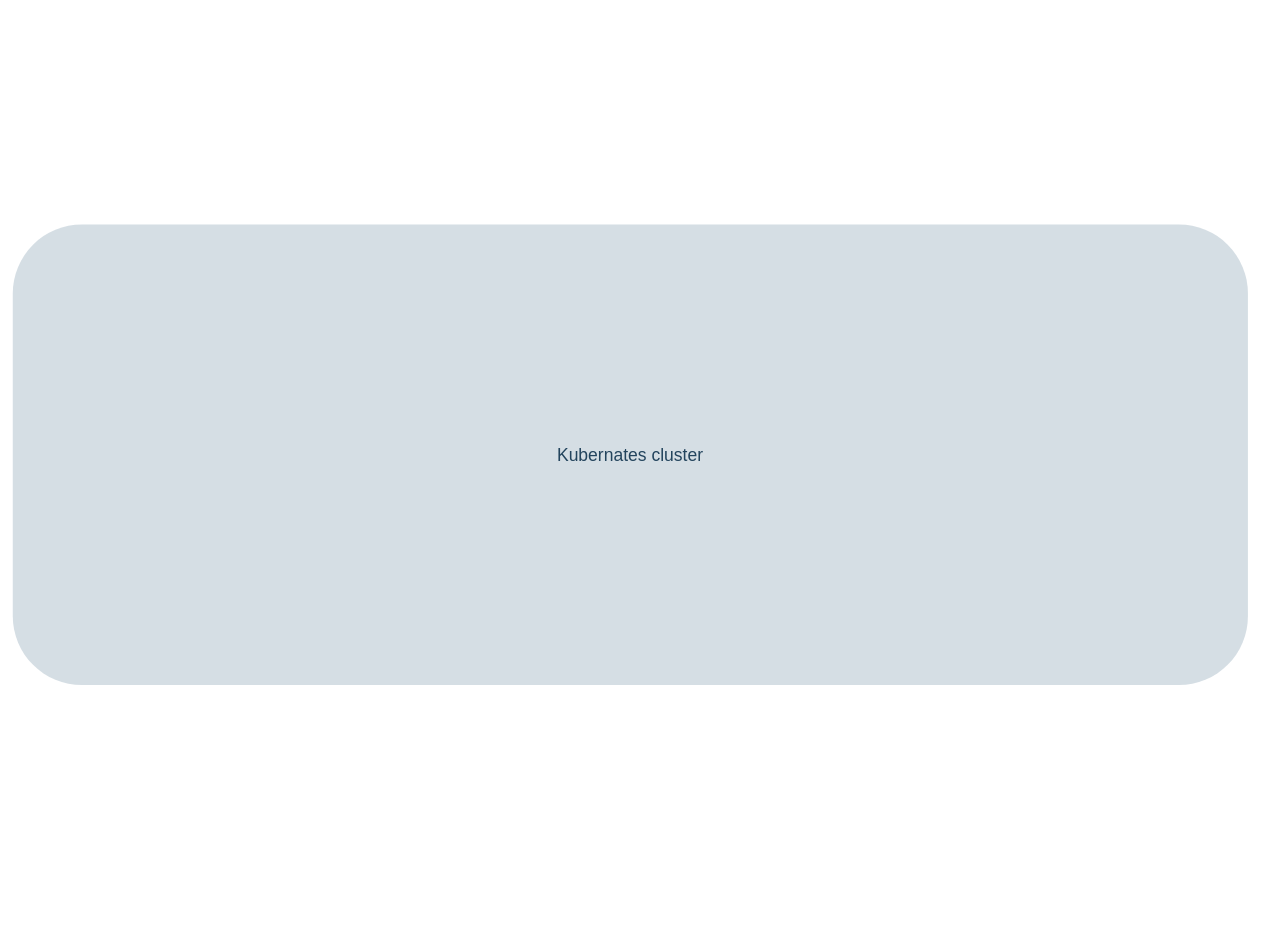
The draw.io diagram system_architecture.drawio in mrMikoma/DistributedSystems, before the edit. Source tidied: cells renumbered, new cells numbered last; positions are measured from the earlier drawing's top-left corner, leaving out a move shared by most shapes. Both pictures are drawn from the tidied source at 73%, with x=0, y=0 at pixel (12, 224).
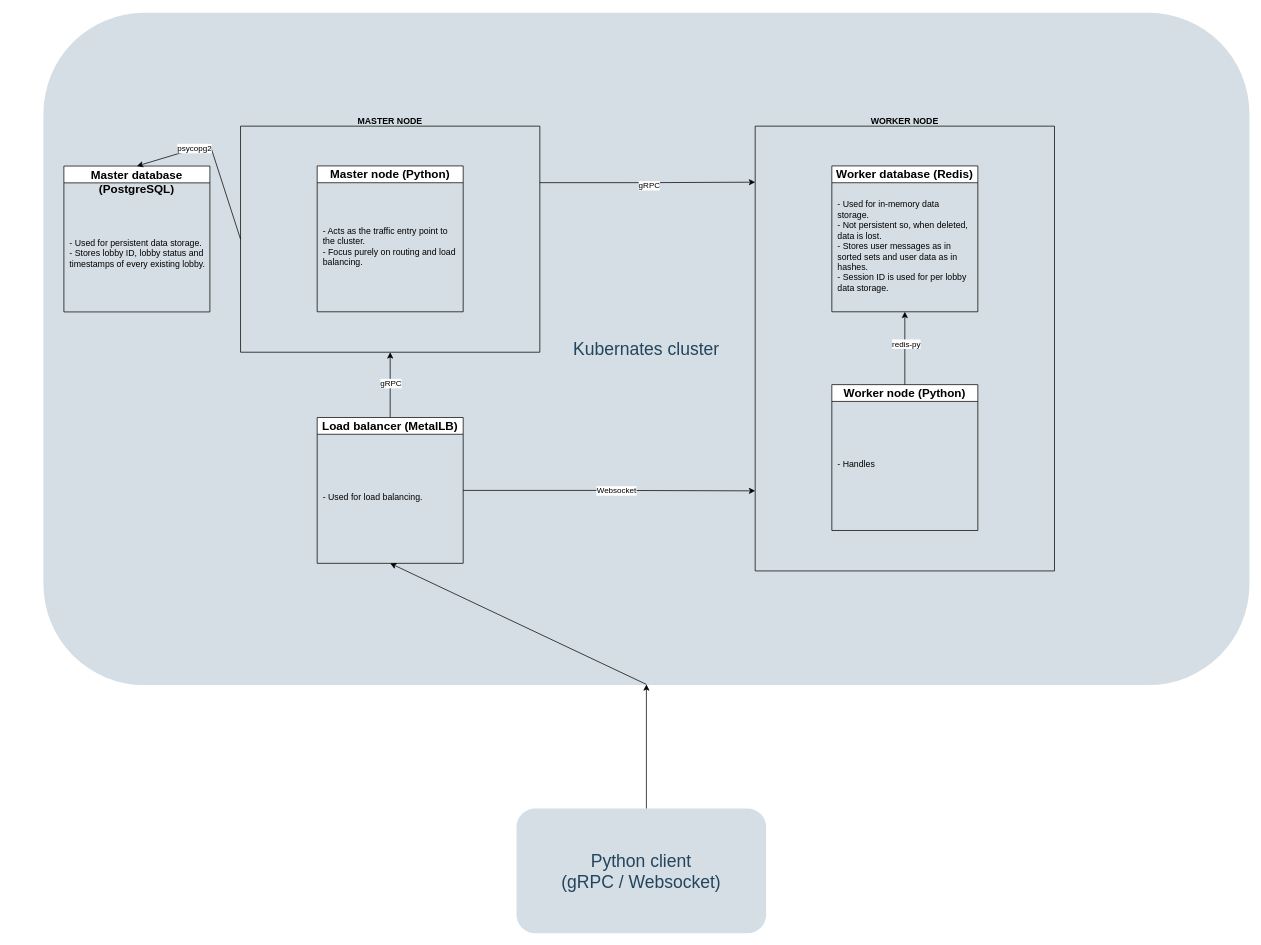
The same page after the edit.

Change to the diagram source:
```diff
@@
+    <mxCell id="3" style="group;" parent="1" vertex="1">
+      <mxGeometry x="42" y="-290" width="1652" height="920" as="geometry" />
+    </mxCell>
-    <mxCell id="2" value="Kubernates cluster" style="rounded=1;whiteSpace=wrap;html=1;strokeColor=none;fillColor=#BAC8D3;fontSize=24;fontColor=#23445D;align=center;opacity=60;" parent="1" vertex="1">
-      <mxGeometry width="1692" height="631" as="geometry" />
+    <mxCell id="2" value="Kubernates cluster" style="rounded=1;whiteSpace=wrap;html=1;strokeColor=none;fillColor=#BAC8D3;fontSize=24;fontColor=#23445D;align=center;opacity=60;" parent="3" vertex="1">
+      <mxGeometry width="1652" height="921" as="geometry" />
     </mxCell>
+    <mxCell id="4" style="group;" parent="3" vertex="1">
+      <mxGeometry x="1080" y="509.4" width="200" height="199.8" as="geometry" />
+    </mxCell>
+    <mxCell id="5" value="- Handles&amp;nbsp;" style="text;strokeColor=none;fillColor=none;align=left;verticalAlign=middle;spacingLeft=4;spacingRight=4;overflow=hidden;whiteSpace=wrap;html=1;" parent="4" vertex="1">
+      <mxGeometry x="2" y="20" width="196" height="179.8" as="geometry" />
+    </mxCell>
+    <mxCell id="6" value="&lt;font style=&quot;font-size: 16px;&quot;&gt;Worker node (Python)&lt;/font&gt;" style="swimlane;whiteSpace=wrap;html=1;" parent="4" vertex="1">
+      <mxGeometry width="200" height="199.8" as="geometry" />
+    </mxCell>
+    <mxCell id="7" style="group;" parent="3" vertex="1">
+      <mxGeometry x="1080" y="209.8" width="200" height="199.8" as="geometry" />
+    </mxCell>
+    <mxCell id="8" value="- Used for in-memory data storage.&lt;div&gt;- Not persistent so, when deleted, data is lost.&lt;/div&gt;&lt;div&gt;- Stores user messages as in sorted sets and user data as in hashes.&amp;nbsp;&lt;br&gt;- Session ID is used for per lobby data storage.&lt;/div&gt;" style="text;strokeColor=none;fillColor=none;align=left;verticalAlign=middle;spacingLeft=4;spacingRight=4;overflow=hidden;whiteSpace=wrap;html=1;" parent="7" vertex="1">
+      <mxGeometry x="2" y="20" width="196" height="179.8" as="geometry" />
+    </mxCell>
+    <mxCell id="9" value="&lt;span style=&quot;font-size: 16px;&quot;&gt;Worker database (Redis)&lt;/span&gt;" style="swimlane;whiteSpace=wrap;html=1;" parent="7" vertex="1">
+      <mxGeometry width="200" height="199.8" as="geometry" />
+    </mxCell>
+    <mxCell id="10" value="MASTER NODE&#10;" style="swimlane;startSize=0;" parent="3" vertex="1">
+      <mxGeometry x="270" y="155.3" width="410" height="309.7" as="geometry" />
+    </mxCell>
+    <mxCell id="11" value="WORKER NODE&#10;" style="swimlane;startSize=0;" parent="3" vertex="1">
+      <mxGeometry x="975" y="155.3" width="410" height="609.3" as="geometry" />
+    </mxCell>
+    <mxCell id="12" style="group;" parent="3" vertex="1">
+      <mxGeometry x="375" y="209.8" width="200" height="199.8" as="geometry" />
+    </mxCell>
+    <mxCell id="13" value="- Acts as the traffic entry point to the cluster.&lt;div&gt;- Focus purely on routing and load balancing.&lt;/div&gt;" style="text;strokeColor=none;fillColor=none;align=left;verticalAlign=middle;spacingLeft=4;spacingRight=4;overflow=hidden;whiteSpace=wrap;html=1;" parent="12" vertex="1">
+      <mxGeometry x="2" y="20" width="196" height="179.8" as="geometry" />
+    </mxCell>
+    <mxCell id="14" value="&lt;font style=&quot;font-size: 16px;&quot;&gt;Master node (Python)&lt;/font&gt;" style="swimlane;whiteSpace=wrap;html=1;" parent="12" vertex="1">
+      <mxGeometry width="200" height="199.8" as="geometry" />
+    </mxCell>
+    <mxCell id="15" style="edgeStyle=orthogonalEdgeStyle;rounded=0;jettySize=auto;html=1;exitX=0.5;exitY=0;exitDx=0;exitDy=0;entryX=0.5;entryY=1;entryDx=0;entryDy=0;" parent="3" edge="1" source="19" target="10">
+      <mxGeometry relative="1" as="geometry" />
+    </mxCell>
+    <mxCell id="16" value="gRPC" style="edgeLabel;html=1;align=center;verticalAlign=middle;" parent="15" vertex="1">
+      <mxGeometry x="0.06" relative="1" as="geometry" />
+    </mxCell>
+    <mxCell id="17" style="group;" parent="3" vertex="1">
+      <mxGeometry x="375" y="554.4" width="200" height="199.8" as="geometry" />
+    </mxCell>
+    <mxCell id="18" value="- Used for load balancing." style="text;strokeColor=none;fillColor=none;align=left;verticalAlign=middle;spacingLeft=4;spacingRight=4;overflow=hidden;whiteSpace=wrap;html=1;" parent="17" vertex="1">
+      <mxGeometry x="2" y="20" width="196" height="179.8" as="geometry" />
+    </mxCell>
+    <mxCell id="19" value="&lt;span style=&quot;font-size: 16px;&quot;&gt;Load balancer (MetalLB)&lt;/span&gt;" style="swimlane;whiteSpace=wrap;html=1;" parent="17" vertex="1">
+      <mxGeometry width="200" height="199.8" as="geometry" />
+    </mxCell>
+    <mxCell id="20" style="endArrow=classic;html=1;rounded=0;exitX=0.5;exitY=1;exitDx=0;exitDy=0;entryX=0.5;entryY=1;entryDx=0;entryDy=0;" parent="3" edge="1" source="3" target="19">
+      <mxGeometry relative="1" as="geometry" />
+    </mxCell>
+    <mxCell id="21" style="edgeStyle=orthogonalEdgeStyle;rounded=0;jettySize=auto;html=1;exitX=1;exitY=0.5;exitDx=0;exitDy=0;entryX=0;entryY=0.82;entryDx=0;entryDy=0;entryPerimeter=0;" parent="3" edge="1" source="19" target="11">
+      <mxGeometry relative="1" as="geometry" />
+    </mxCell>
+    <mxCell id="22" value="Websocket" style="edgeLabel;html=1;align=center;verticalAlign=middle;" parent="21" vertex="1">
+      <mxGeometry x="0.05" relative="1" as="geometry" />
+    </mxCell>
+    <mxCell id="23" style="edgeStyle=orthogonalEdgeStyle;rounded=0;jettySize=auto;html=1;exitX=1;exitY=0.25;exitDx=0;exitDy=0;entryX=0;entryY=0.126;entryDx=0;entryDy=0;entryPerimeter=0;" parent="3" edge="1" source="10" target="11">
+      <mxGeometry relative="1" as="geometry" />
+    </mxCell>
+    <mxCell id="24" value="gRPC" style="edgeLabel;html=1;align=center;verticalAlign=middle;" parent="23" vertex="1">
+      <mxGeometry y="-4" relative="1" as="geometry">
+        <mxPoint x="2" as="offset" />
+      </mxGeometry>
+    </mxCell>
+    <mxCell id="25" style="group;" parent="3" vertex="1">
+      <mxGeometry x="28" y="219.8" width="200" height="199.8" as="geometry" />
+    </mxCell>
+    <mxCell id="26" value="- Used for persistent data storage.&lt;div&gt;- Stores lobby ID, lobby status and timestamps of every existing lobby.&lt;/div&gt;" style="text;strokeColor=none;fillColor=none;align=left;verticalAlign=middle;spacingLeft=4;spacingRight=4;overflow=hidden;whiteSpace=wrap;html=1;" parent="25" vertex="1">
+      <mxGeometry x="2" y="20" width="196" height="179.8" as="geometry" />
+    </mxCell>
+    <mxCell id="27" value="&lt;div&gt;&lt;span style=&quot;font-size: 16px;&quot;&gt;&lt;br&gt;&lt;/span&gt;&lt;/div&gt;&lt;span style=&quot;font-size: 16px;&quot;&gt;Master database (PostgreSQL)&lt;/span&gt;" style="swimlane;whiteSpace=wrap;html=1;" parent="25" vertex="1">
+      <mxGeometry y="-9.8" width="200" height="199.8" as="geometry" />
+    </mxCell>
+    <mxCell id="28" style="endArrow=classic;html=1;rounded=0;exitX=0;exitY=0.5;exitDx=0;exitDy=0;entryX=0.5;entryY=0;entryDx=0;entryDy=0;" parent="3" edge="1" source="10" target="27">
+      <mxGeometry relative="1" as="geometry">
+        <Array as="points">
+          <mxPoint x="228" y="180" />
+        </Array>
+      </mxGeometry>
+    </mxCell>
+    <mxCell id="29" value="psycopg2" style="edgeLabel;html=1;align=center;verticalAlign=middle;" parent="28" vertex="1">
+      <mxGeometry x="0.32" y="-1" relative="1" as="geometry" />
+    </mxCell>
+    <mxCell id="30" style="endArrow=classic;html=1;rounded=0;exitX=0.5;exitY=0;exitDx=0;exitDy=0;entryX=0.5;entryY=1;entryDx=0;entryDy=0;" parent="3" edge="1" source="6" target="9">
+      <mxGeometry relative="1" as="geometry" />
+    </mxCell>
+    <mxCell id="31" value="redis-py" style="edgeLabel;html=1;align=center;verticalAlign=middle;" parent="30" vertex="1">
+      <mxGeometry x="0.12" y="-1" relative="1" as="geometry" />
+    </mxCell>
+    <mxCell id="32" value="Python client&lt;br&gt;(gRPC / Websocket)" style="rounded=1;whiteSpace=wrap;html=1;strokeColor=none;fillColor=#BAC8D3;fontSize=24;fontColor=#23445D;align=center;opacity=60;" parent="1" vertex="1">
+      <mxGeometry x="690" y="800" width="342" height="171" as="geometry" />
+    </mxCell>
+    <mxCell id="33" style="edgeStyle=orthogonalEdgeStyle;rounded=0;orthogonalLoop=1;jettySize=auto;html=1;exitX=0.5;exitY=1;exitDx=0;exitDy=0;" parent="1" edge="1" source="3" target="3">
+      <mxGeometry relative="1" as="geometry" />
+    </mxCell>
+    <mxCell id="34" style="edgeStyle=orthogonalEdgeStyle;rounded=0;orthogonalLoop=1;jettySize=auto;html=1;exitX=0.5;exitY=1;exitDx=0;exitDy=0;" parent="1" edge="1" source="3" target="3">
+      <mxGeometry relative="1" as="geometry" />
+    </mxCell>
+    <mxCell id="35" style="endArrow=classic;html=1;rounded=0;entryX=0.5;entryY=1;entryDx=0;entryDy=0;" parent="1" edge="1" target="3">
+      <mxGeometry relative="1" as="geometry">
+        <mxPoint x="868" y="800" as="sourcePoint" />
+      </mxGeometry>
+    </mxCell>
```
